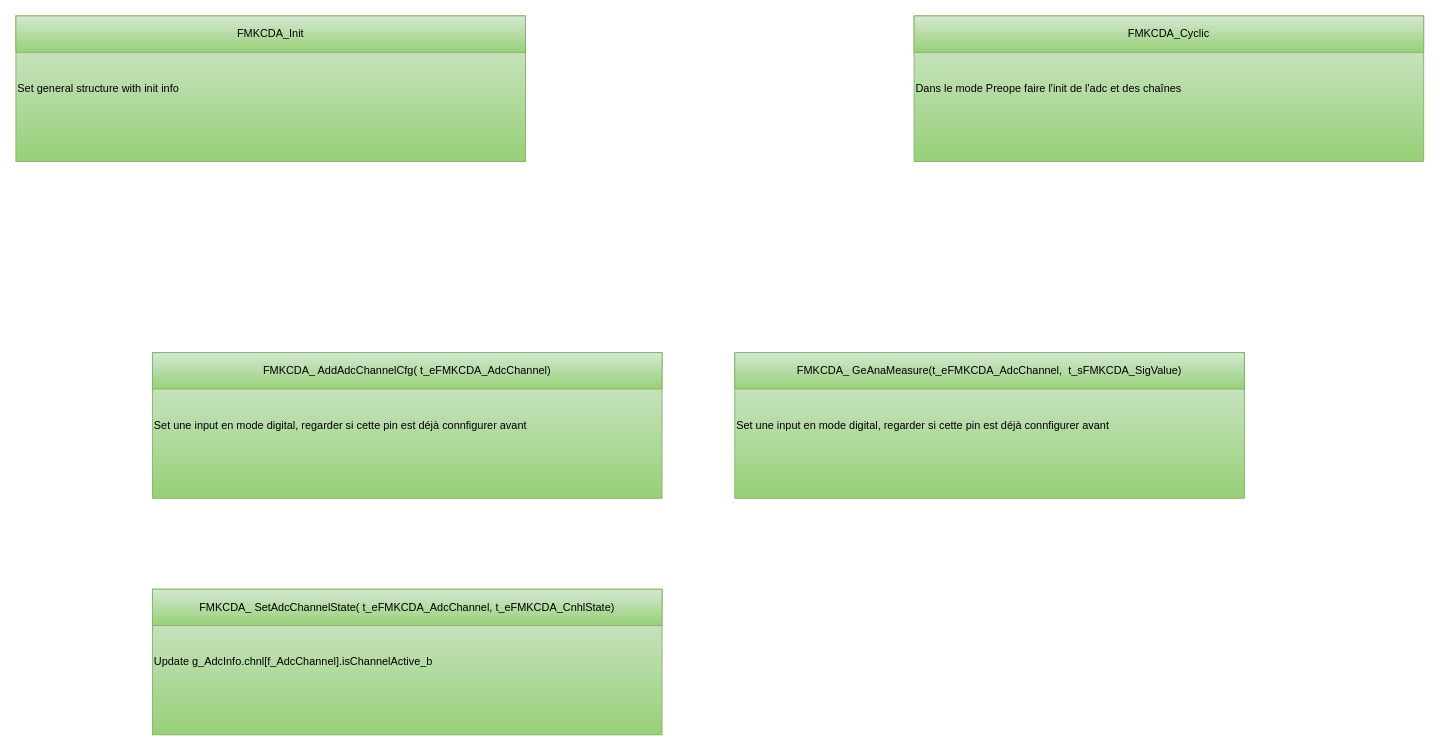
Earlier version of the draw.io diagram page "API" (3 of 8) of src/1_FMK/FMK_HAL/FMK_CDA/Doc/FMK_CDA.drawio (mbarbeau0545/Stm32PrjTpl). Source tidied: cells renumbered, new cells numbered last; positions are measured from the earlier drawing's top-left corner, leaving out a move shared by most shapes. Both pictures are drawn from the tidied source at 91%, with x=0, y=0 at pixel (15, 15).
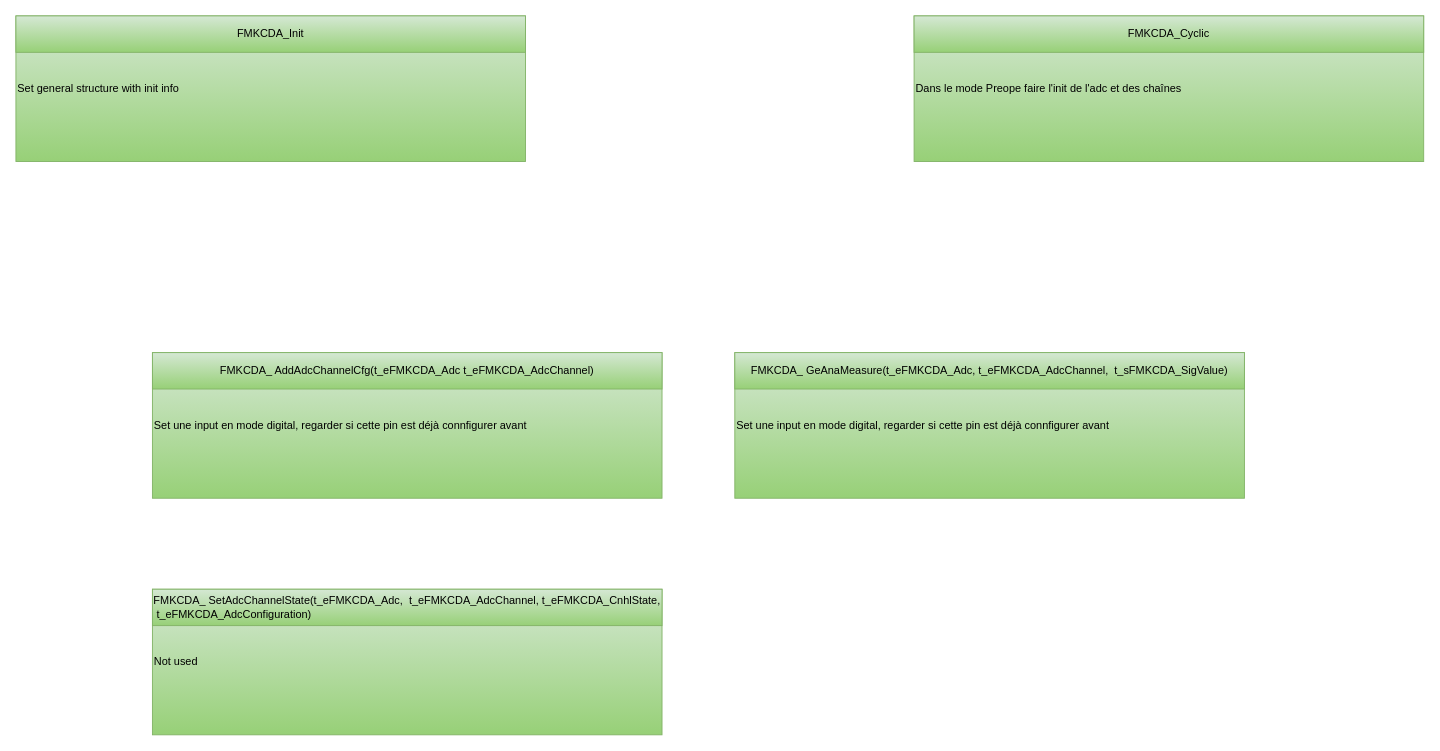
Above is the later version.

The edit, as a diff of the source:
```diff
@@
 <mxGraphModel>
   <root>
     <mxCell id="0" />
     <mxCell id="1" parent="0" />
     <mxCell id="2" style="group;" parent="1" vertex="1">
       <mxGeometry x="150" y="370" width="560" height="160" as="geometry" />
     </mxCell>
     <mxCell id="3" value="Set une input en mode digital, regarder si cette pin est déjà connfigurer avant&amp;nbsp;" style="rounded=0;whiteSpace=wrap;html=1;fillColor=#d5e8d4;gradientColor=#97d077;strokeColor=#82b366;fontColor=#000000;align=left;" parent="2" vertex="1">
       <mxGeometry width="560" height="160" as="geometry" />
     </mxCell>
-    <mxCell id="4" value="&lt;div style=&quot;text-align: left;&quot;&gt;&lt;span style=&quot;background-color: initial;&quot;&gt;FMK&lt;span style=&quot;text-wrap: nowrap;&quot;&gt;CDA_ AddAdcChannelCfg( t_eFMKCDA_AdcChannel&lt;/span&gt;&lt;/span&gt;&lt;span style=&quot;text-wrap: nowrap; background-color: initial;&quot;&gt;)&lt;/span&gt;&lt;br&gt;&lt;/div&gt;" style="rounded=0;whiteSpace=wrap;html=1;fillColor=#d5e8d4;gradientColor=#97d077;strokeColor=#82b366;fontColor=#000000;" parent="2" vertex="1">
+    <mxCell id="4" value="&lt;div style=&quot;text-align: left;&quot;&gt;&lt;span style=&quot;background-color: initial;&quot;&gt;FMK&lt;span style=&quot;text-wrap: nowrap;&quot;&gt;CDA_ AddAdcChannelCfg(&lt;/span&gt;&lt;/span&gt;&lt;span style=&quot;text-wrap: nowrap; background-color: initial;&quot;&gt;t_eFMKCDA_Adc&lt;/span&gt;&lt;span style=&quot;background-color: initial;&quot;&gt;&lt;span style=&quot;text-wrap: nowrap;&quot;&gt;&amp;nbsp;t_eFMKCDA_AdcChannel&lt;/span&gt;&lt;/span&gt;&lt;span style=&quot;background-color: initial; text-wrap: nowrap;&quot;&gt;)&lt;/span&gt;&lt;/div&gt;" style="rounded=0;whiteSpace=wrap;html=1;fillColor=#d5e8d4;gradientColor=#97d077;strokeColor=#82b366;fontColor=#000000;" parent="2" vertex="1">
       <mxGeometry width="560" height="40" as="geometry" />
     </mxCell>
     <mxCell id="5" style="group;" parent="1" vertex="1">
       <mxGeometry x="790" y="370" width="560" height="160" as="geometry" />
     </mxCell>
     <mxCell id="6" value="Set une input en mode digital, regarder si cette pin est déjà connfigurer avant&amp;nbsp;" style="rounded=0;whiteSpace=wrap;html=1;fillColor=#d5e8d4;gradientColor=#97d077;strokeColor=#82b366;fontColor=#000000;align=left;" parent="5" vertex="1">
       <mxGeometry width="560" height="160" as="geometry" />
     </mxCell>
-    <mxCell id="7" value="&lt;div style=&quot;text-align: left;&quot;&gt;&lt;span style=&quot;background-color: initial;&quot;&gt;FMK&lt;span style=&quot;text-wrap: nowrap;&quot;&gt;CDA_ GeAnaMeasure(&lt;/span&gt;&lt;/span&gt;&lt;span style=&quot;text-wrap: nowrap;&quot;&gt;t_eFMKCDA_AdcChannel&lt;/span&gt;&lt;span style=&quot;background-color: initial;&quot;&gt;&lt;span style=&quot;text-wrap: nowrap;&quot;&gt;,&amp;nbsp;&amp;nbsp;&lt;/span&gt;&lt;/span&gt;&lt;span style=&quot;text-wrap: nowrap; background-color: initial;&quot;&gt;t&lt;/span&gt;&lt;span style=&quot;text-wrap: nowrap; background-color: initial;&quot;&gt;_sFMKCDA_SigValue&lt;/span&gt;&lt;span style=&quot;background-color: initial; text-wrap: nowrap;&quot;&gt;)&lt;/span&gt;&lt;/div&gt;" style="rounded=0;whiteSpace=wrap;html=1;fillColor=#d5e8d4;gradientColor=#97d077;strokeColor=#82b366;fontColor=#000000;" parent="5" vertex="1">
+    <mxCell id="7" value="&lt;div style=&quot;text-align: left;&quot;&gt;&lt;span style=&quot;background-color: initial;&quot;&gt;FMK&lt;span style=&quot;text-wrap: nowrap;&quot;&gt;CDA_ GeAnaMeasure(&lt;/span&gt;&lt;/span&gt;&lt;span style=&quot;text-wrap: nowrap; background-color: initial;&quot;&gt;t_eFMKCDA_Adc,&amp;nbsp;&lt;/span&gt;&lt;span style=&quot;background-color: initial; text-wrap: nowrap;&quot;&gt;t_eFMKCDA_AdcChannel&lt;/span&gt;&lt;span style=&quot;background-color: initial;&quot;&gt;&lt;span style=&quot;text-wrap: nowrap;&quot;&gt;,&amp;nbsp;&amp;nbsp;&lt;/span&gt;&lt;/span&gt;&lt;span style=&quot;background-color: initial; text-wrap: nowrap;&quot;&gt;t&lt;/span&gt;&lt;span style=&quot;background-color: initial; text-wrap: nowrap;&quot;&gt;_sFMKCDA_SigValue&lt;/span&gt;&lt;span style=&quot;background-color: initial; text-wrap: nowrap;&quot;&gt;)&lt;/span&gt;&lt;/div&gt;" style="rounded=0;whiteSpace=wrap;html=1;fillColor=#d5e8d4;gradientColor=#97d077;strokeColor=#82b366;fontColor=#000000;" parent="5" vertex="1">
       <mxGeometry width="560" height="40" as="geometry" />
     </mxCell>
     <mxCell id="8" style="group;" parent="1" vertex="1">
       <mxGeometry x="987" width="560" height="160" as="geometry" />
     </mxCell>
     <mxCell id="9" value="Dans le mode Preope faire l'init de l'adc et des chaînes" style="rounded=0;whiteSpace=wrap;html=1;fillColor=#d5e8d4;gradientColor=#97d077;strokeColor=#82b366;fontColor=#000000;align=left;" parent="8" vertex="1">
       <mxGeometry width="560" height="160" as="geometry" />
     </mxCell>
     <mxCell id="10" value="FMKCDA_Cyclic" style="rounded=0;whiteSpace=wrap;html=1;fillColor=#d5e8d4;gradientColor=#97d077;strokeColor=#82b366;fontColor=#000000;" parent="8" vertex="1">
       <mxGeometry width="560" height="40" as="geometry" />
     </mxCell>
     <mxCell id="11" style="group;" parent="1" vertex="1">
       <mxGeometry width="560" height="160" as="geometry" />
     </mxCell>
     <mxCell id="12" value="Set general structure with init info&amp;nbsp;" style="rounded=0;whiteSpace=wrap;html=1;fillColor=#d5e8d4;gradientColor=#97d077;strokeColor=#82b366;fontColor=#000000;align=left;" parent="11" vertex="1">
       <mxGeometry width="560" height="160" as="geometry" />
     </mxCell>
     <mxCell id="13" value="FMKCDA_Init" style="rounded=0;whiteSpace=wrap;html=1;fillColor=#d5e8d4;gradientColor=#97d077;strokeColor=#82b366;fontColor=#000000;" parent="11" vertex="1">
       <mxGeometry width="560" height="40" as="geometry" />
     </mxCell>
     <mxCell id="14" style="group;" parent="1" vertex="1">
       <mxGeometry x="150" y="630" width="560" height="160" as="geometry" />
     </mxCell>
-    <mxCell id="15" value="Update g_AdcInfo.chnl[f_AdcChannel].isChannelActive_b" style="rounded=0;whiteSpace=wrap;html=1;fillColor=#d5e8d4;gradientColor=#97d077;strokeColor=#82b366;fontColor=#000000;align=left;" parent="14" vertex="1">
+    <mxCell id="15" value="Not used" style="rounded=0;whiteSpace=wrap;html=1;fillColor=#d5e8d4;gradientColor=#97d077;strokeColor=#82b366;fontColor=#000000;align=left;" parent="14" vertex="1">
       <mxGeometry width="560" height="160" as="geometry" />
     </mxCell>
-    <mxCell id="16" value="&lt;div style=&quot;text-align: left;&quot;&gt;&lt;span style=&quot;background-color: initial;&quot;&gt;FMK&lt;span style=&quot;text-wrap: nowrap;&quot;&gt;CDA_ SetAdcChannelState( t_eFMKCDA_AdcChannel, t_eFMKCDA_CnhlState&lt;/span&gt;&lt;/span&gt;&lt;span style=&quot;text-wrap: nowrap; background-color: initial;&quot;&gt;)&lt;/span&gt;&lt;br&gt;&lt;/div&gt;" style="rounded=0;whiteSpace=wrap;html=1;fillColor=#d5e8d4;gradientColor=#97d077;strokeColor=#82b366;fontColor=#000000;" parent="14" vertex="1">
+    <mxCell id="16" value="&lt;div style=&quot;text-align: left;&quot;&gt;&lt;span style=&quot;background-color: initial;&quot;&gt;FMK&lt;span style=&quot;text-wrap: nowrap;&quot;&gt;CDA_ SetAdcChannelState(&lt;/span&gt;&lt;/span&gt;&lt;span style=&quot;text-wrap: nowrap; background-color: initial;&quot;&gt;t_eFMKCDA_Adc,&amp;nbsp;&lt;/span&gt;&lt;span style=&quot;background-color: initial;&quot;&gt;&lt;span style=&quot;text-wrap: nowrap;&quot;&gt;&amp;nbsp;t_eFMKCDA_AdcChannel, t_eFMKCDA_CnhlState,&lt;/span&gt;&lt;/span&gt;&lt;/div&gt;&lt;div style=&quot;text-align: left;&quot;&gt;&lt;span style=&quot;background-color: initial;&quot;&gt;&lt;span style=&quot;text-wrap: nowrap;&quot;&gt;&amp;nbsp;t_eFMKCDA_AdcConfiguration&lt;/span&gt;&lt;/span&gt;&lt;span style=&quot;background-color: initial; text-wrap: nowrap;&quot;&gt;)&lt;/span&gt;&lt;/div&gt;" style="rounded=0;whiteSpace=wrap;html=1;fillColor=#d5e8d4;gradientColor=#97d077;strokeColor=#82b366;fontColor=#000000;" parent="14" vertex="1">
       <mxGeometry width="560" height="40" as="geometry" />
     </mxCell>
   </root>
 </mxGraphModel>
```
